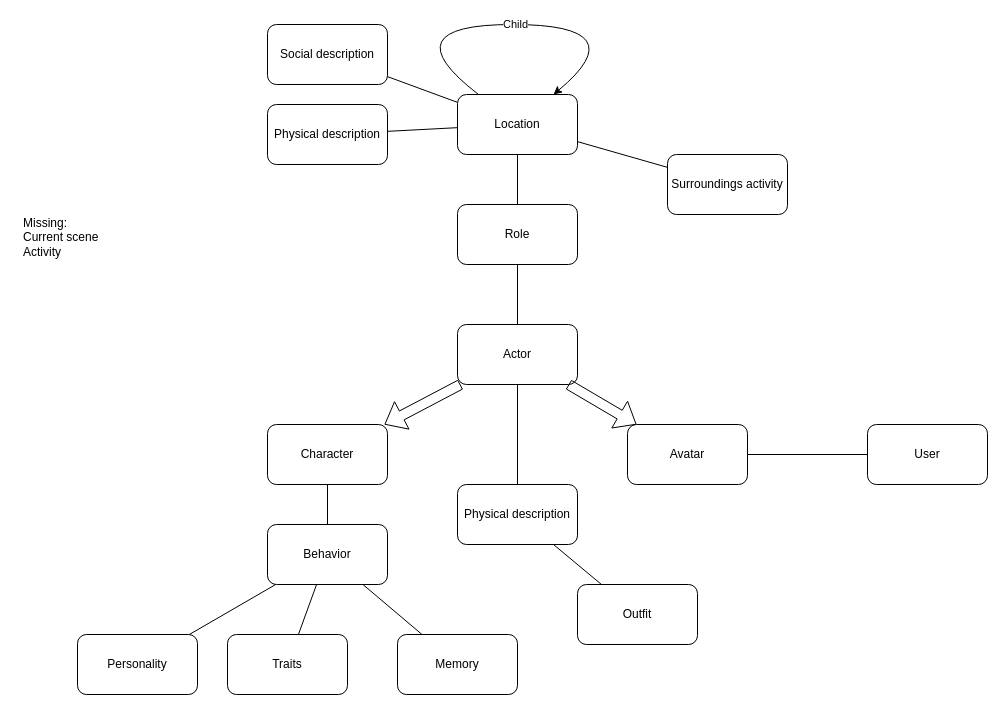
jorgedlrg/ai-middleware keeps this draw.io diagram as doc/conceptual map.drawio. Above is the earlier version. Source tidied: cells renumbered, new cells numbered last; positions are measured from the earlier drawing's top-left corner, leaving out a move shared by most shapes. Both pictures are drawn from the tidied source at 100%, with x=0, y=0 at pixel (17, 24).
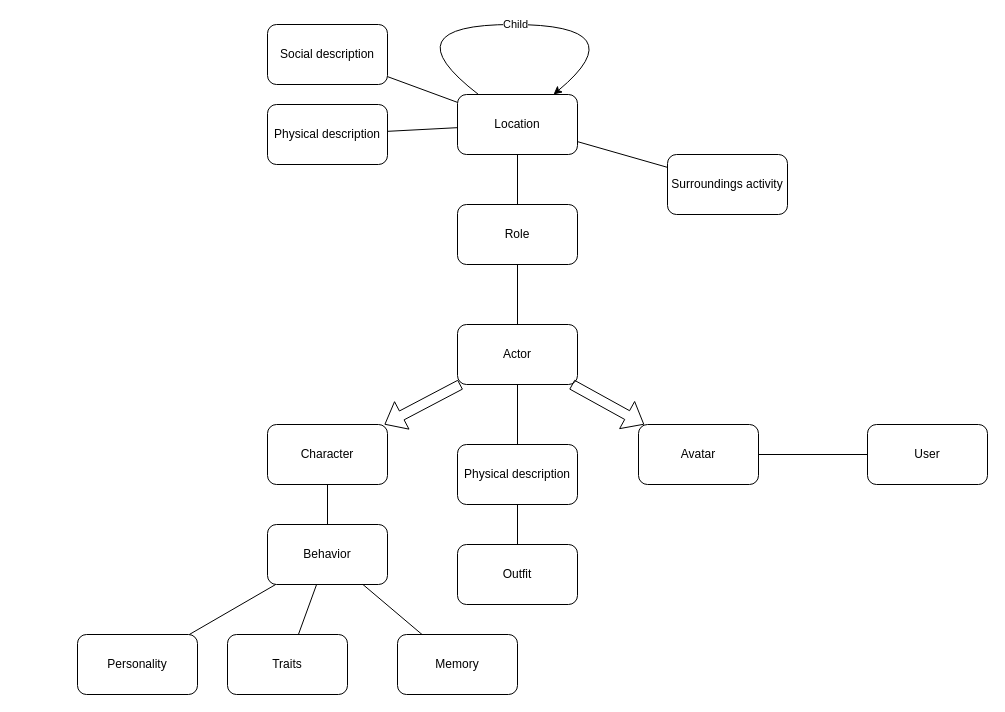
The same diagram, later.

Commit message (it also covers changes not shown here):
:construction: add functional draft

The edit, as a diff of the source:
```diff
@@
     <mxCell id="9" value="Avatar" style="rounded=1;whiteSpace=wrap;html=1;" parent="1" vertex="1">
-      <mxGeometry x="610" y="400" width="120" height="60" as="geometry" />
+      <mxGeometry x="621" y="400" width="120" height="60" as="geometry" />
     </mxCell>
@@
     <mxCell id="18" value="Outfit" style="rounded=1;whiteSpace=wrap;html=1;" parent="1" vertex="1">
-      <mxGeometry x="560" y="560" width="120" height="60" as="geometry" />
+      <mxGeometry x="440" y="520" width="120" height="60" as="geometry" />
     </mxCell>
     <mxCell id="19" value="Physical description" style="rounded=1;whiteSpace=wrap;html=1;" parent="1" vertex="1">
-      <mxGeometry x="440" y="460" width="120" height="60" as="geometry" />
+      <mxGeometry x="440" y="420" width="120" height="60" as="geometry" />
     </mxCell>
@@
-    <mxCell id="33" value="Missing:&lt;div&gt;Current scene&lt;/div&gt;&lt;div&gt;Activity&lt;/div&gt;&lt;div&gt;&lt;br&gt;&lt;/div&gt;" style="text;strokeColor=none;fillColor=none;align=left;verticalAlign=middle;spacingLeft=4;spacingRight=4;overflow=hidden;whiteSpace=wrap;html=1;" parent="1" vertex="1">
-      <mxGeometry y="170" width="250" height="100" as="geometry" />
-    </mxCell>
```
